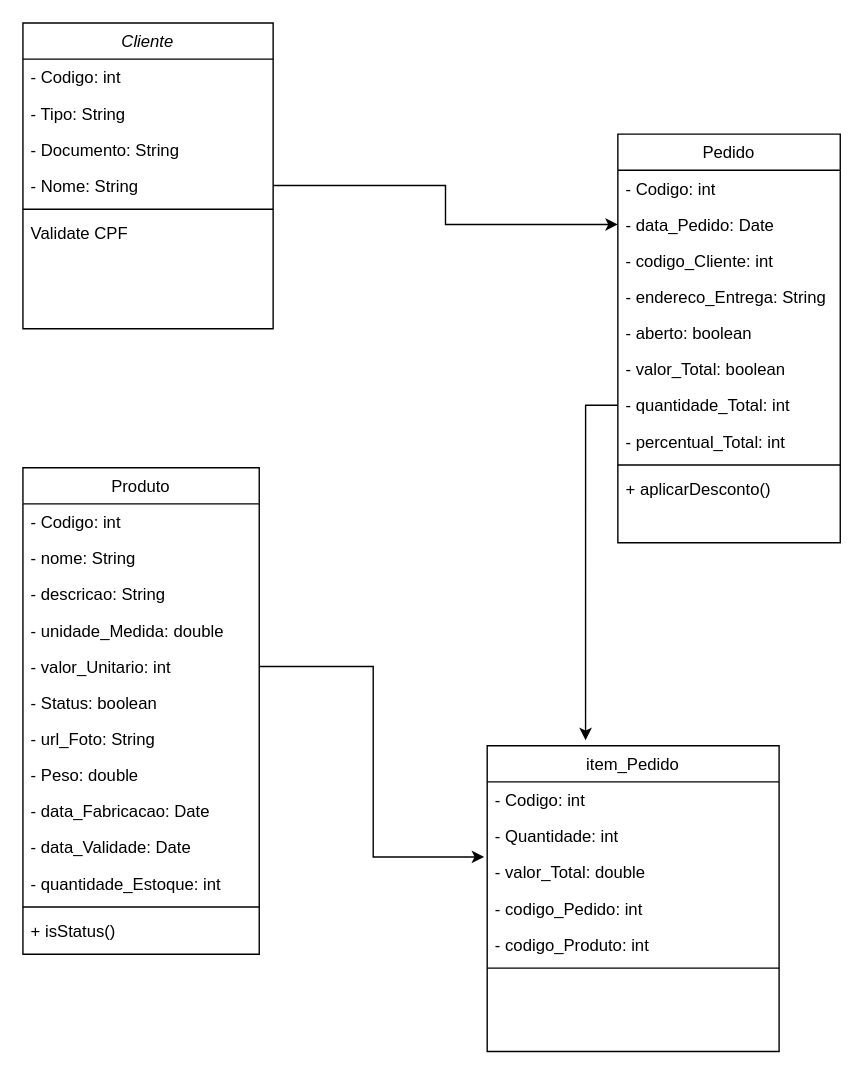
The draw.io diagram Modelagem/UML.drawio in anamelotm/Chocolate-ponto-e-virgula, before the edit. Source tidied: cells renumbered, new cells numbered last; positions are measured from the earlier drawing's top-left corner, leaving out a move shared by most shapes. Both pictures are drawn from the tidied source at 139%, with x=0, y=0 at pixel (22, 22).
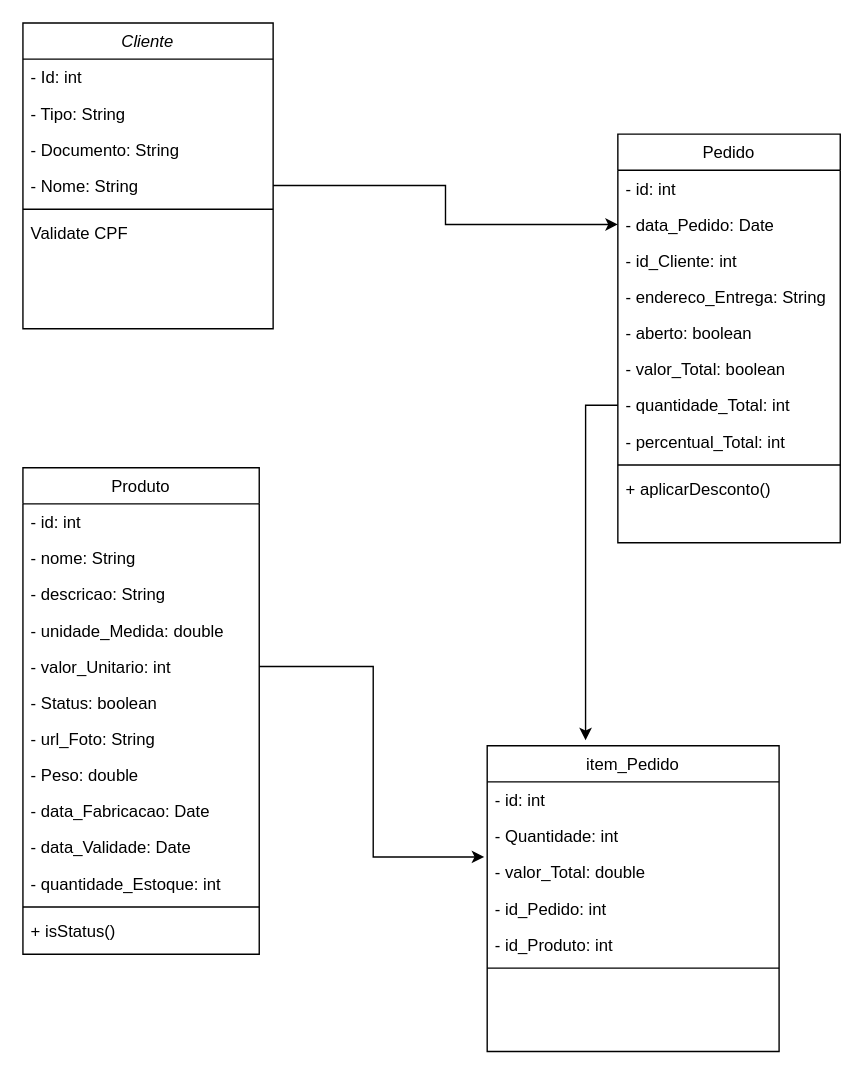
The same page after the edit.

Commit message (it also covers changes not shown here):
Atualização do Banco de Dados, MER e UML

Unchanged cells that the change refers to:
```xml
<mxCell id="2" value="Cliente" style="swimlane;fontStyle=2;align=center;verticalAlign=top;horizontal=1;startSize=26;rounded=0;shadow=0;strokeWidth=1;" parent="1" vertex="1">
  <mxGeometry width="180" height="220" as="geometry" />
</mxCell>
<mxCell id="9" value="Produto" style="swimlane;fontStyle=0;align=center;verticalAlign=top;horizontal=1;startSize=26;rounded=0;shadow=0;strokeWidth=1;" parent="1" vertex="1">
  <mxGeometry y="320" width="170" height="350" as="geometry" />
</mxCell>
<mxCell id="23" value="item_Pedido" style="swimlane;fontStyle=0;align=center;verticalAlign=top;horizontal=1;startSize=26;rounded=0;shadow=0;strokeWidth=1;" parent="1" vertex="1">
  <mxGeometry x="334" y="520" width="210" height="220" as="geometry" />
</mxCell>
<mxCell id="30" value="Pedido" style="swimlane;fontStyle=0;align=center;verticalAlign=top;horizontal=1;startSize=26;rounded=0;shadow=0;strokeWidth=1;" parent="1" vertex="1">
  <mxGeometry x="428" y="80" width="160" height="294" as="geometry" />
</mxCell>
```

Change to the diagram source:
```diff
@@
-    <mxCell id="3" value="- Codigo: int" style="text;align=left;verticalAlign=top;spacingLeft=4;spacingRight=4;overflow=hidden;" parent="2" vertex="1">
+    <mxCell id="3" value="- Id: int" style="text;align=left;verticalAlign=top;spacingLeft=4;spacingRight=4;overflow=hidden;" parent="2" vertex="1">
       <mxGeometry y="26" width="180" height="26" as="geometry" />
     </mxCell>
@@
-    <mxCell id="10" value="- Codigo: int" style="text;align=left;verticalAlign=top;spacingLeft=4;spacingRight=4;overflow=hidden;" parent="9" vertex="1">
+    <mxCell id="10" value="- id: int" style="text;align=left;verticalAlign=top;spacingLeft=4;spacingRight=4;overflow=hidden;" parent="9" vertex="1">
       <mxGeometry y="26" width="170" height="26" as="geometry" />
     </mxCell>
@@
-    <mxCell id="24" value="- Codigo: int" style="text;align=left;verticalAlign=top;spacingLeft=4;spacingRight=4;overflow=hidden;" parent="23" vertex="1">
+    <mxCell id="24" value="- id: int" style="text;align=left;verticalAlign=top;spacingLeft=4;spacingRight=4;overflow=hidden;" parent="23" vertex="1">
       <mxGeometry y="26" width="210" height="26" as="geometry" />
     </mxCell>
@@
-    <mxCell id="27" value="- codigo_Pedido: int" style="text;align=left;verticalAlign=top;spacingLeft=4;spacingRight=4;overflow=hidden;" parent="23" vertex="1">
+    <mxCell id="27" value="- id_Pedido: int" style="text;align=left;verticalAlign=top;spacingLeft=4;spacingRight=4;overflow=hidden;" parent="23" vertex="1">
       <mxGeometry y="104" width="210" height="26" as="geometry" />
     </mxCell>
-    <mxCell id="28" value="- codigo_Produto: int" style="text;align=left;verticalAlign=top;spacingLeft=4;spacingRight=4;overflow=hidden;" parent="23" vertex="1">
+    <mxCell id="28" value="- id_Produto: int" style="text;align=left;verticalAlign=top;spacingLeft=4;spacingRight=4;overflow=hidden;" parent="23" vertex="1">
       <mxGeometry y="130" width="210" height="26" as="geometry" />
     </mxCell>
@@
-    <mxCell id="31" value="- Codigo: int" style="text;align=left;verticalAlign=top;spacingLeft=4;spacingRight=4;overflow=hidden;" parent="30" vertex="1">
+    <mxCell id="31" value="- id: int" style="text;align=left;verticalAlign=top;spacingLeft=4;spacingRight=4;overflow=hidden;" parent="30" vertex="1">
       <mxGeometry y="26" width="160" height="26" as="geometry" />
     </mxCell>
@@
-    <mxCell id="33" value="- codigo_Cliente: int" style="text;align=left;verticalAlign=top;spacingLeft=4;spacingRight=4;overflow=hidden;rounded=0;shadow=0;html=0;" parent="30" vertex="1">
+    <mxCell id="33" value="- id_Cliente: int" style="text;align=left;verticalAlign=top;spacingLeft=4;spacingRight=4;overflow=hidden;rounded=0;shadow=0;html=0;" parent="30" vertex="1">
       <mxGeometry y="78" width="160" height="26" as="geometry" />
     </mxCell>
```
